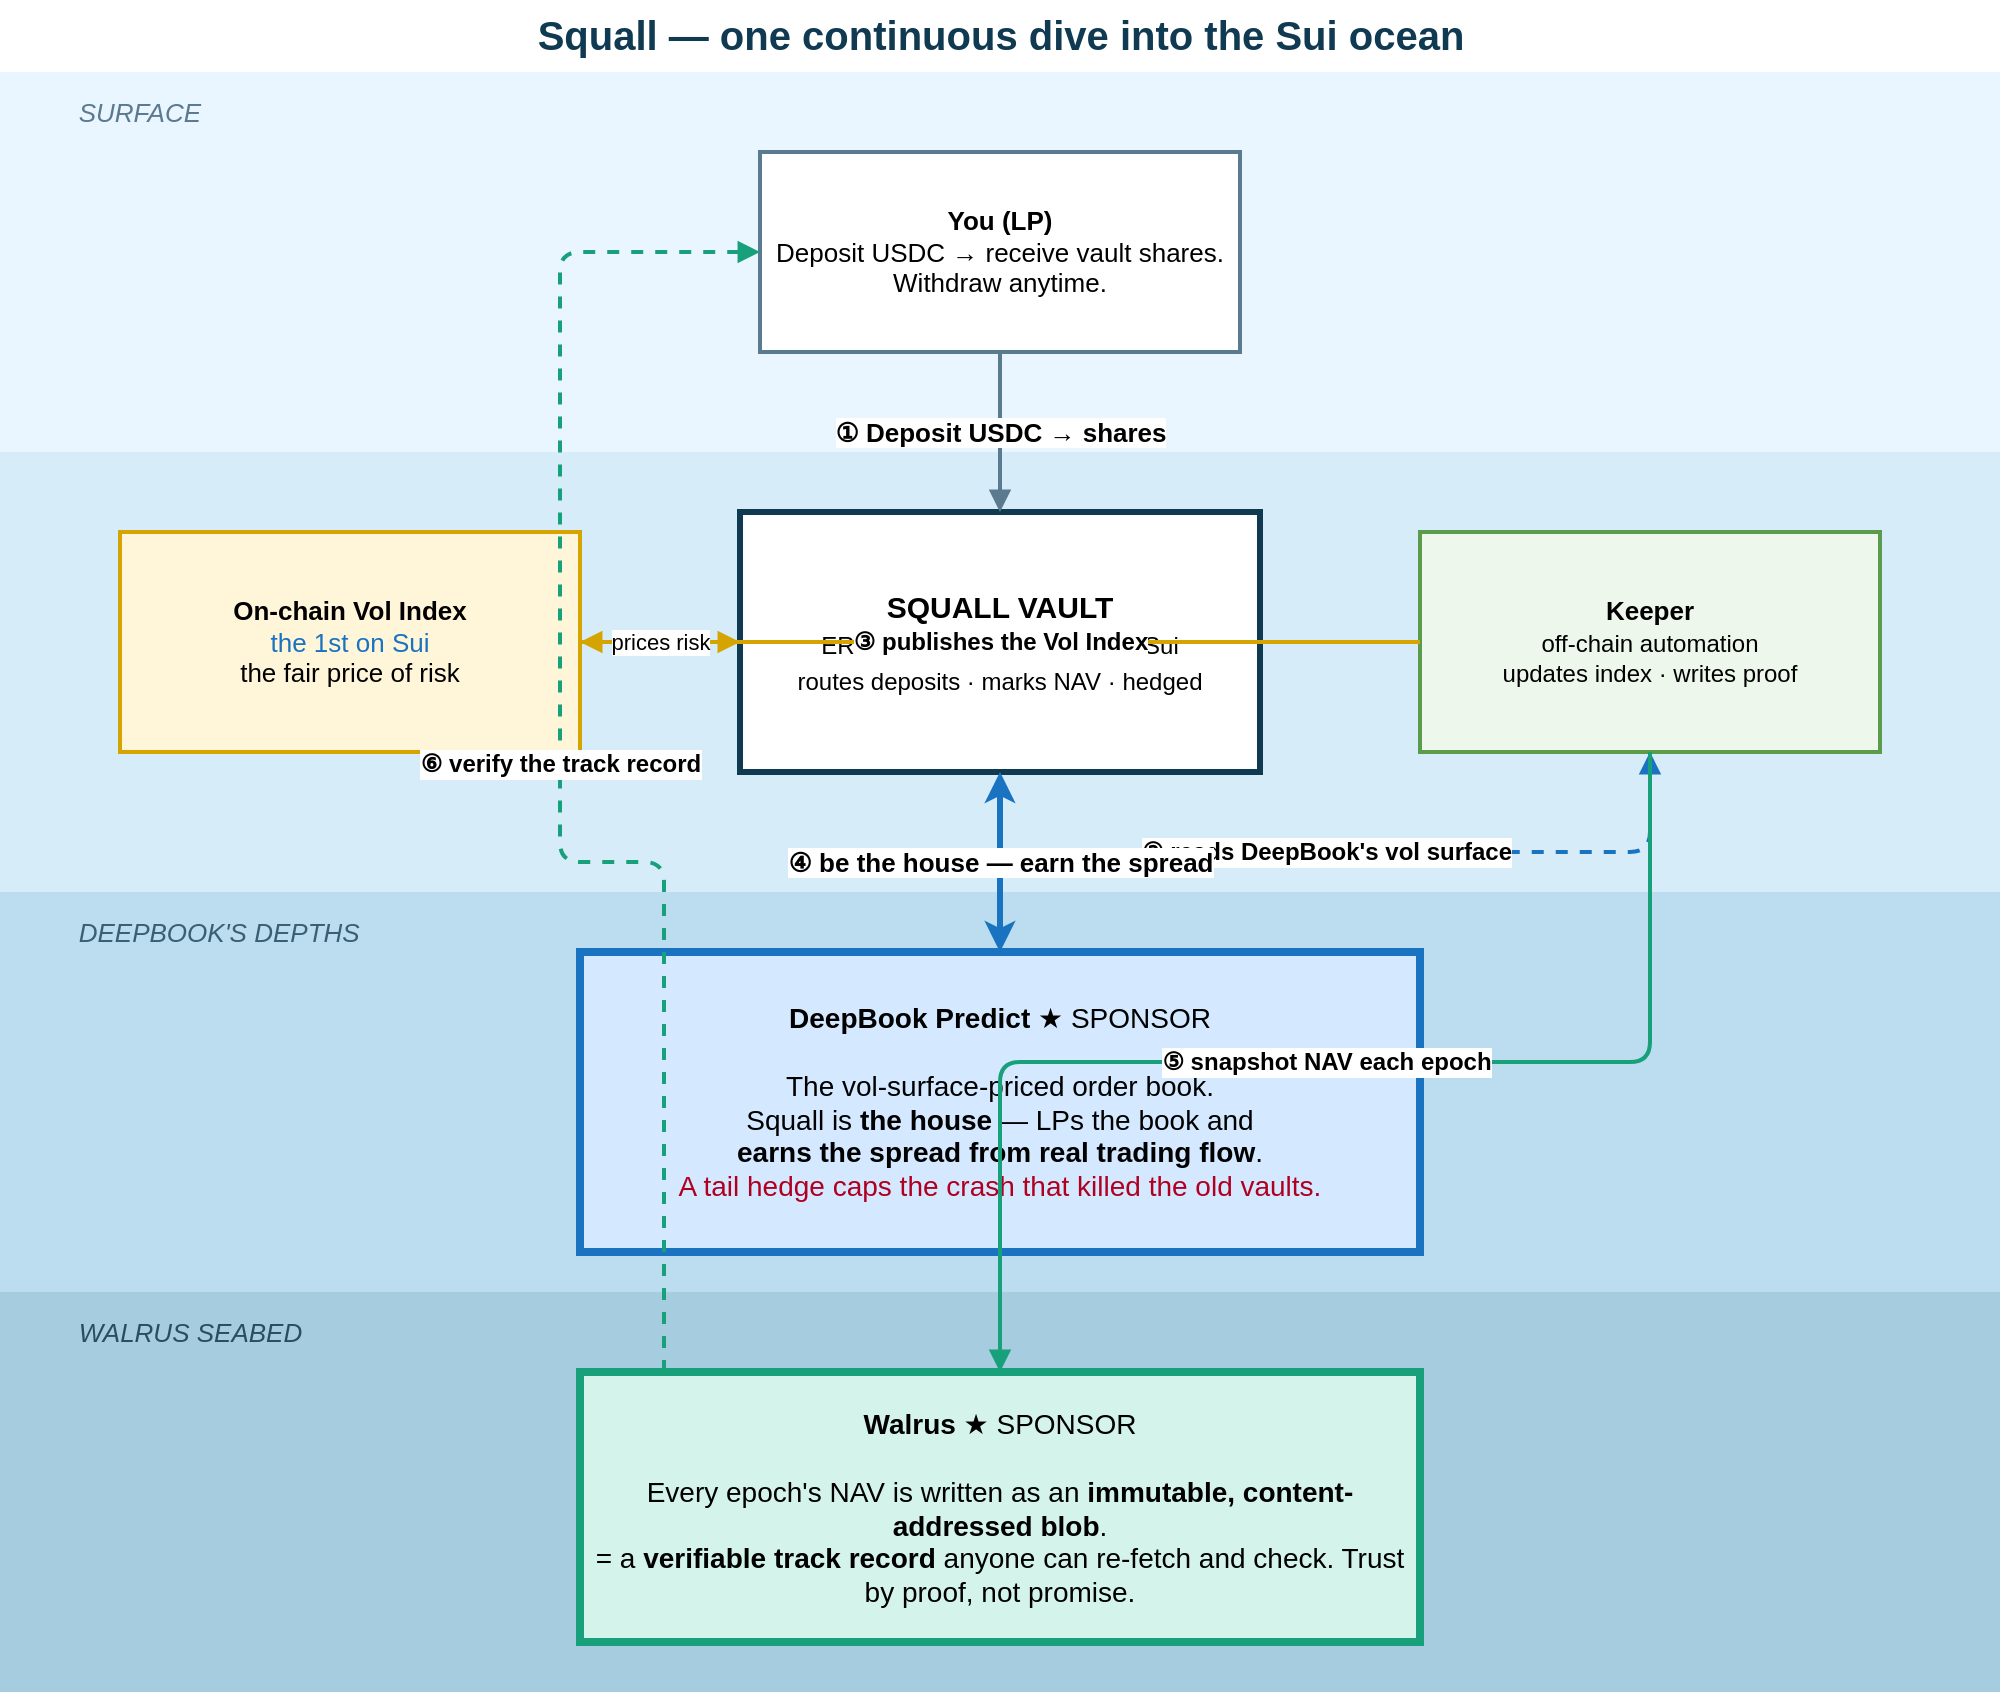
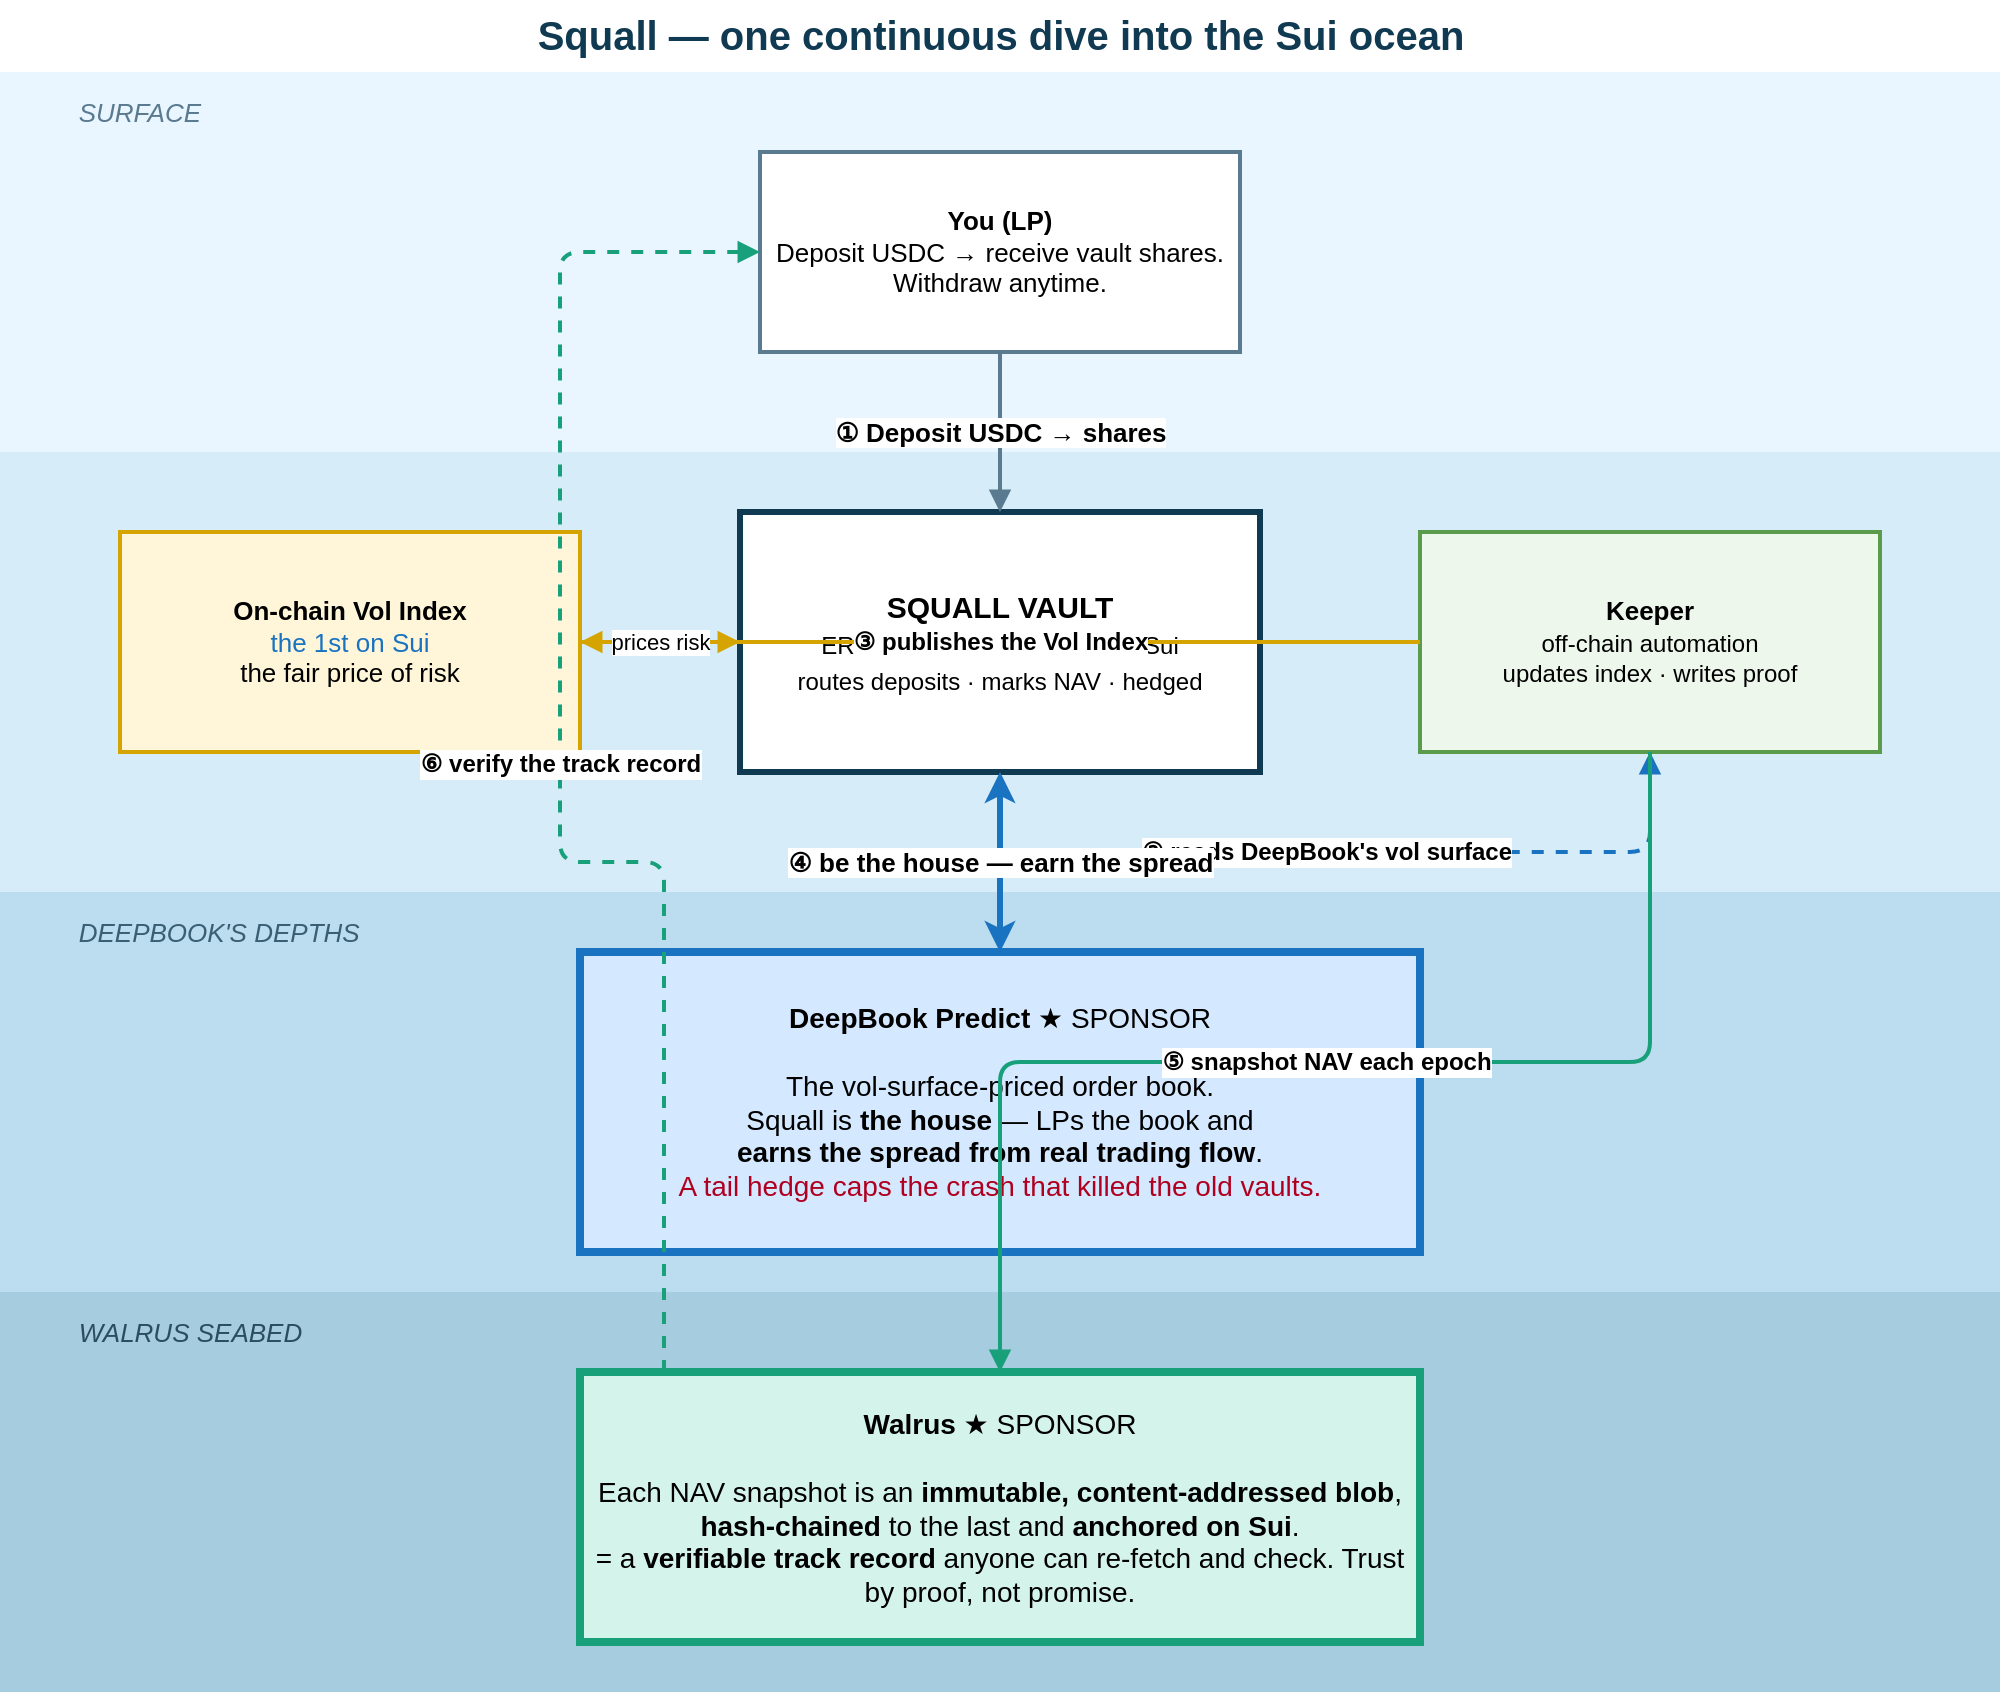
<mxfile host="app.diagrams.net" type="device">
  <diagram id="squall-simple" name="Squall — Story Architecture">
    <mxGraphModel dx="1000" dy="700" grid="0" gridSize="10" guides="1" tooltips="1" connect="1" arrows="1" fold="1" page="1" pageScale="1" pageWidth="1000" pageHeight="880" math="0" shadow="0">
      <root>
        <mxCell id="0" />
        <mxCell id="1" parent="0" />

        <!-- ===================== OCEAN BANDS (background) ===================== -->
        <mxCell id="band_surface" value="" style="rounded=0;html=1;fillColor=#eaf6ff;strokeColor=none;" vertex="1" parent="1">
          <mxGeometry x="0" y="40" width="1000" height="190" as="geometry" />
        </mxCell>
        <mxCell id="band_mid" value="" style="rounded=0;html=1;fillColor=#d6ecf8;strokeColor=none;" vertex="1" parent="1">
          <mxGeometry x="0" y="230" width="1000" height="220" as="geometry" />
        </mxCell>
        <mxCell id="band_depths" value="" style="rounded=0;html=1;fillColor=#bcdcef;strokeColor=none;" vertex="1" parent="1">
          <mxGeometry x="0" y="450" width="1000" height="200" as="geometry" />
        </mxCell>
        <mxCell id="band_seabed" value="" style="rounded=0;html=1;fillColor=#a6cce0;strokeColor=none;" vertex="1" parent="1">
          <mxGeometry x="0" y="650" width="1000" height="200" as="geometry" />
        </mxCell>

        <!-- band labels -->
        <mxCell id="lbl_surface" value="🌅  SURFACE" style="text;html=1;align=left;verticalAlign=middle;fontSize=13;fontStyle=2;fontColor=#5a7a90;" vertex="1" parent="1">
          <mxGeometry x="24" y="48" width="160" height="24" as="geometry" />
        </mxCell>
        <mxCell id="lbl_depths" value="🌊  DEEPBOOK'S DEPTHS" style="text;html=1;align=left;verticalAlign=middle;fontSize=13;fontStyle=2;fontColor=#3a5e74;" vertex="1" parent="1">
          <mxGeometry x="24" y="458" width="220" height="24" as="geometry" />
        </mxCell>
        <mxCell id="lbl_seabed" value="🐚  WALRUS SEABED" style="text;html=1;align=left;verticalAlign=middle;fontSize=13;fontStyle=2;fontColor=#2c4d61;" vertex="1" parent="1">
          <mxGeometry x="24" y="658" width="200" height="24" as="geometry" />
        </mxCell>

        <!-- title -->
        <mxCell id="title" value="Squall — one continuous dive into the Sui ocean" style="text;html=1;align=center;verticalAlign=middle;fontSize=20;fontStyle=1;fontColor=#103a52;" vertex="1" parent="1">
          <mxGeometry x="220" y="4" width="560" height="34" as="geometry" />
        </mxCell>

        <!-- ===================== NODES ===================== -->
        <!-- User -->
        <mxCell id="user" value="&lt;b&gt;You (LP)&lt;/b&gt;&lt;br&gt;Deposit USDC → receive vault shares.&lt;br&gt;Withdraw anytime." style="rounded=12;whiteSpace=wrap;html=1;fillColor=#ffffff;strokeColor=#5a7a90;strokeWidth=2;fontSize=13;" vertex="1" parent="1">
          <mxGeometry x="380" y="80" width="240" height="100" as="geometry" />
        </mxCell>

        <!-- Vol Index -->
        <mxCell id="volindex" value="&lt;b&gt;On-chain Vol Index&lt;/b&gt;&lt;br&gt;&lt;font color=&quot;#1a73c0&quot;&gt;the 1st on Sui&lt;/font&gt;&lt;br&gt;the fair price of risk" style="rounded=12;whiteSpace=wrap;html=1;fillColor=#fff6da;strokeColor=#d6a400;strokeWidth=2;fontSize=13;" vertex="1" parent="1">
          <mxGeometry x="60" y="270" width="230" height="110" as="geometry" />
        </mxCell>

        <!-- Vault (hub) -->
        <mxCell id="vault" value="&lt;b&gt;SQUALL VAULT&lt;/b&gt;&lt;br&gt;&lt;font style=&quot;font-size:12px&quot;&gt;ERC-4626 structured vault on Sui&lt;br&gt;routes deposits · marks NAV · hedged&lt;/font&gt;" style="rounded=12;whiteSpace=wrap;html=1;fillColor=#ffffff;strokeColor=#103a52;strokeWidth=3;fontSize=15;" vertex="1" parent="1">
          <mxGeometry x="370" y="260" width="260" height="130" as="geometry" />
        </mxCell>

        <!-- Keeper -->
        <mxCell id="keeper" value="&lt;b&gt;Keeper&lt;/b&gt;&lt;br&gt;&lt;font style=&quot;font-size:12px&quot;&gt;off-chain automation&lt;br&gt;updates index · writes proof&lt;/font&gt;" style="rounded=12;whiteSpace=wrap;html=1;fillColor=#eef7ec;strokeColor=#5a9c4c;strokeWidth=2;fontSize=13;" vertex="1" parent="1">
          <mxGeometry x="710" y="270" width="230" height="110" as="geometry" />
        </mxCell>

        <!-- DeepBook Predict (SPONSOR) -->
        <mxCell id="predict" value="&lt;b&gt;DeepBook Predict&lt;/b&gt;  ★ SPONSOR&lt;br&gt;&lt;br&gt;The vol-surface-priced order book.&lt;br&gt;Squall is &lt;b&gt;the house&lt;/b&gt; — LPs the book and&lt;br&gt;&lt;b&gt;earns the spread from real trading flow&lt;/b&gt;.&lt;br&gt;&lt;font color=&quot;#b00020&quot;&gt;A tail hedge caps the crash that killed the old vaults.&lt;/font&gt;" style="rounded=14;whiteSpace=wrap;html=1;fillColor=#d4e9ff;strokeColor=#1a73c0;strokeWidth=4;fontSize=14;" vertex="1" parent="1">
          <mxGeometry x="290" y="480" width="420" height="150" as="geometry" />
        </mxCell>

        <!-- Walrus (SPONSOR) -->
-         <mxCell id="walrus" value="&lt;b&gt;Walrus&lt;/b&gt;  ★ SPONSOR&lt;br&gt;&lt;br&gt;Every epoch's NAV is written as an &lt;b&gt;immutable, content-addressed blob&lt;/b&gt;.&lt;br&gt;= a &lt;b&gt;verifiable track record&lt;/b&gt; anyone can re-fetch and check. Trust by proof, not promise." style="rounded=14;whiteSpace=wrap;html=1;fillColor=#d4f3ea;strokeColor=#18a07a;strokeWidth=4;fontSize=14;" vertex="1" parent="1">
+         <mxCell id="walrus" value="&lt;b&gt;Walrus&lt;/b&gt;  ★ SPONSOR&lt;br&gt;&lt;br&gt;Each NAV snapshot is an &lt;b&gt;immutable, content-addressed blob&lt;/b&gt;, &lt;b&gt;hash-chained&lt;/b&gt; to the last and &lt;b&gt;anchored on Sui&lt;/b&gt;.&lt;br&gt;= a &lt;b&gt;verifiable track record&lt;/b&gt; anyone can re-fetch and check. Trust by proof, not promise." style="rounded=14;whiteSpace=wrap;html=1;fillColor=#d4f3ea;strokeColor=#18a07a;strokeWidth=4;fontSize=14;" vertex="1" parent="1">
          <mxGeometry x="290" y="690" width="420" height="135" as="geometry" />
        </mxCell>

        <!-- ===================== STORY ARROWS (numbered) ===================== -->
        <mxCell id="e1" value="①  Deposit USDC → shares" style="edgeStyle=orthogonalEdgeStyle;rounded=1;html=1;endArrow=block;fontSize=13;fontStyle=1;strokeWidth=2;strokeColor=#5a7a90;" edge="1" parent="1" source="user" target="vault">
          <mxGeometry relative="1" as="geometry" />
        </mxCell>

        <mxCell id="e2" value="②  reads DeepBook's vol surface" style="edgeStyle=orthogonalEdgeStyle;rounded=1;html=1;endArrow=block;dashed=1;fontSize=12;fontStyle=1;strokeWidth=2;strokeColor=#1a73c0;" edge="1" parent="1" source="predict" target="keeper">
          <mxGeometry relative="1" as="geometry" />
        </mxCell>
        <mxCell id="e3" value="③  publishes the Vol Index" style="edgeStyle=orthogonalEdgeStyle;rounded=1;html=1;endArrow=block;fontSize=12;fontStyle=1;strokeWidth=2;strokeColor=#d6a400;" edge="1" parent="1" source="keeper" target="volindex">
          <mxGeometry relative="1" as="geometry" />
        </mxCell>
        <mxCell id="e3b" value="prices risk" style="edgeStyle=orthogonalEdgeStyle;rounded=1;html=1;endArrow=block;dashed=1;fontSize=11;strokeWidth=2;strokeColor=#d6a400;" edge="1" parent="1" source="volindex" target="vault">
          <mxGeometry relative="1" as="geometry" />
        </mxCell>

        <mxCell id="e4" value="④  be the house — earn the spread" style="edgeStyle=orthogonalEdgeStyle;rounded=1;html=1;endArrow=classic;startArrow=classic;fontSize=13;fontStyle=1;strokeWidth=3;strokeColor=#1a73c0;" edge="1" parent="1" source="vault" target="predict">
          <mxGeometry relative="1" as="geometry" />
        </mxCell>

        <mxCell id="e5" value="⑤  snapshot NAV each epoch" style="edgeStyle=orthogonalEdgeStyle;rounded=1;html=1;endArrow=block;fontSize=12;fontStyle=1;strokeWidth=2;strokeColor=#18a07a;" edge="1" parent="1" source="keeper" target="walrus">
          <mxGeometry relative="1" as="geometry" />
        </mxCell>
        <mxCell id="e6" value="⑥  verify the track record" style="edgeStyle=orthogonalEdgeStyle;rounded=1;html=1;endArrow=block;dashed=1;fontSize=12;fontStyle=1;strokeWidth=2;strokeColor=#18a07a;exitX=0.1;exitY=0;exitDx=0;exitDy=0;entryX=0;entryY=0.5;entryDx=0;entryDy=0;" edge="1" parent="1" source="walrus" target="user">
          <mxGeometry relative="1" as="geometry" />
        </mxCell>

      </root>
    </mxGraphModel>
  </diagram>
</mxfile>
